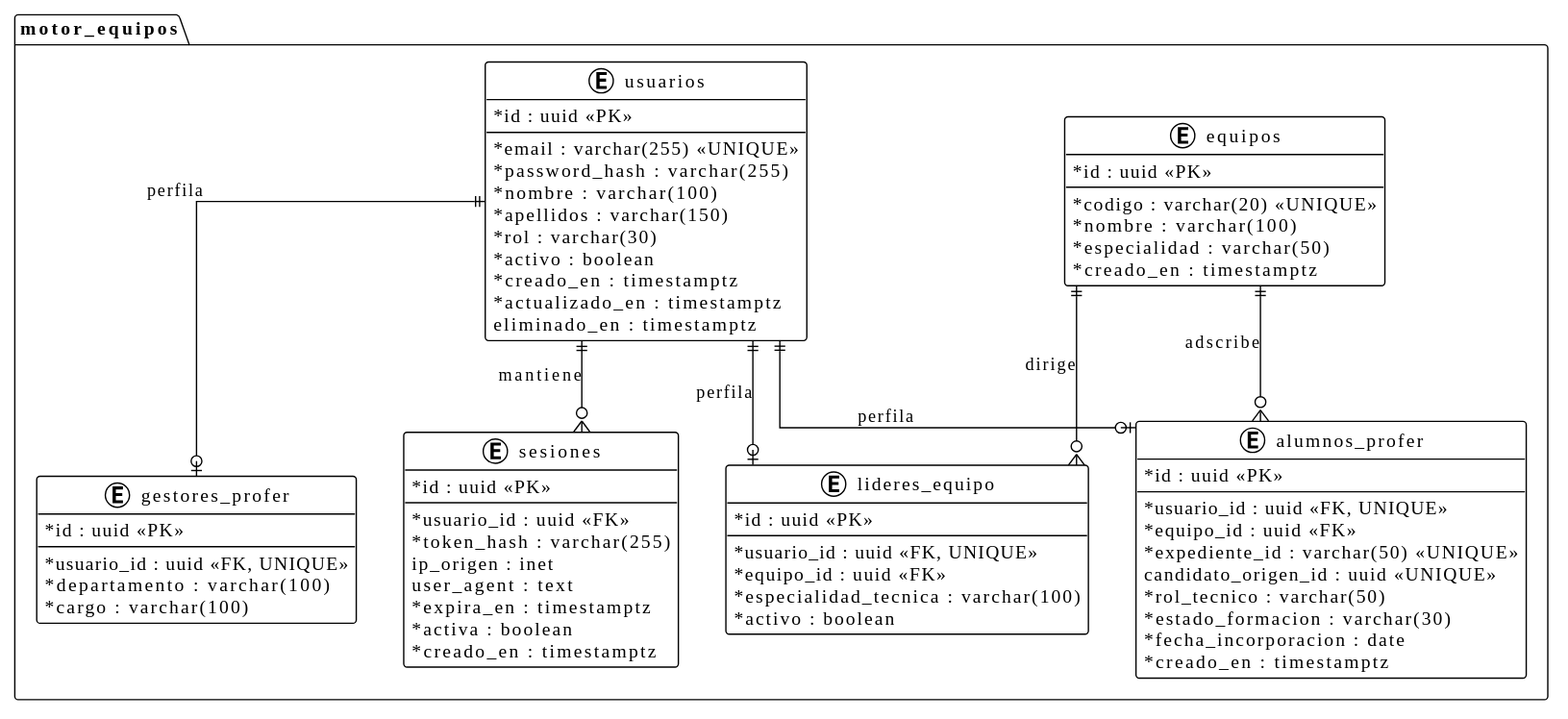
This is images/RUP/03-diseño/modelo-datos/derMotorEquipos.svg from Hyos332/CTS-Academy, a PlantUML export, as it was before one commit. The source it was exported from:
```plantuml
@startuml
!theme plain
skinparam linetype ortho
skinparam roundcorner 5
skinparam classAttributeIconSize 0

package "motor_equipos" {

    entity "usuarios" as usuarios {
        * id : uuid <<PK>>
        --
        * email : varchar(255) <<UNIQUE>>
        * password_hash : varchar(255)
        * nombre : varchar(100)
        * apellidos : varchar(150)
        * rol : varchar(30)
        * activo : boolean
        * creado_en : timestamptz
        * actualizado_en : timestamptz
        eliminado_en : timestamptz
    }

    entity "sesiones" as sesiones {
        * id : uuid <<PK>>
        --
        * usuario_id : uuid <<FK>>
        * token_hash : varchar(255)
        ip_origen : inet
        user_agent : text
        * expira_en : timestamptz
        * activa : boolean
        * creado_en : timestamptz
    }

    entity "equipos" as equipos {
        * id : uuid <<PK>>
        --
        * codigo : varchar(20) <<UNIQUE>>
        * nombre : varchar(100)
        * especialidad : varchar(50)
        * creado_en : timestamptz
    }

    entity "lideres_equipo" as lideres {
        * id : uuid <<PK>>
        --
        * usuario_id : uuid <<FK, UNIQUE>>
        * equipo_id : uuid <<FK>>
        * especialidad_tecnica : varchar(100)
        * activo : boolean
    }

    entity "gestores_profer" as gestores {
        * id : uuid <<PK>>
        --
        * usuario_id : uuid <<FK, UNIQUE>>
        * departamento : varchar(100)
        * cargo : varchar(100)
    }

    entity "alumnos_profer" as alumnos {
        * id : uuid <<PK>>
        --
        * usuario_id : uuid <<FK, UNIQUE>>
        * equipo_id : uuid <<FK>>
        * expediente_id : varchar(50) <<UNIQUE>>
        candidato_origen_id : uuid <<UNIQUE>>
        * rol_tecnico : varchar(50)
        * estado_formacion : varchar(30)
        * fecha_incorporacion : date
        * creado_en : timestamptz
    }
}

usuarios ||--o{ sesiones : "mantiene"
usuarios ||--o| lideres : "perfila"
usuarios ||--o| gestores : "perfila"
usuarios ||--o| alumnos : "perfila"

equipos ||--o{ lideres : "dirige"
equipos ||--o{ alumnos : "adscribe"
@enduml
```
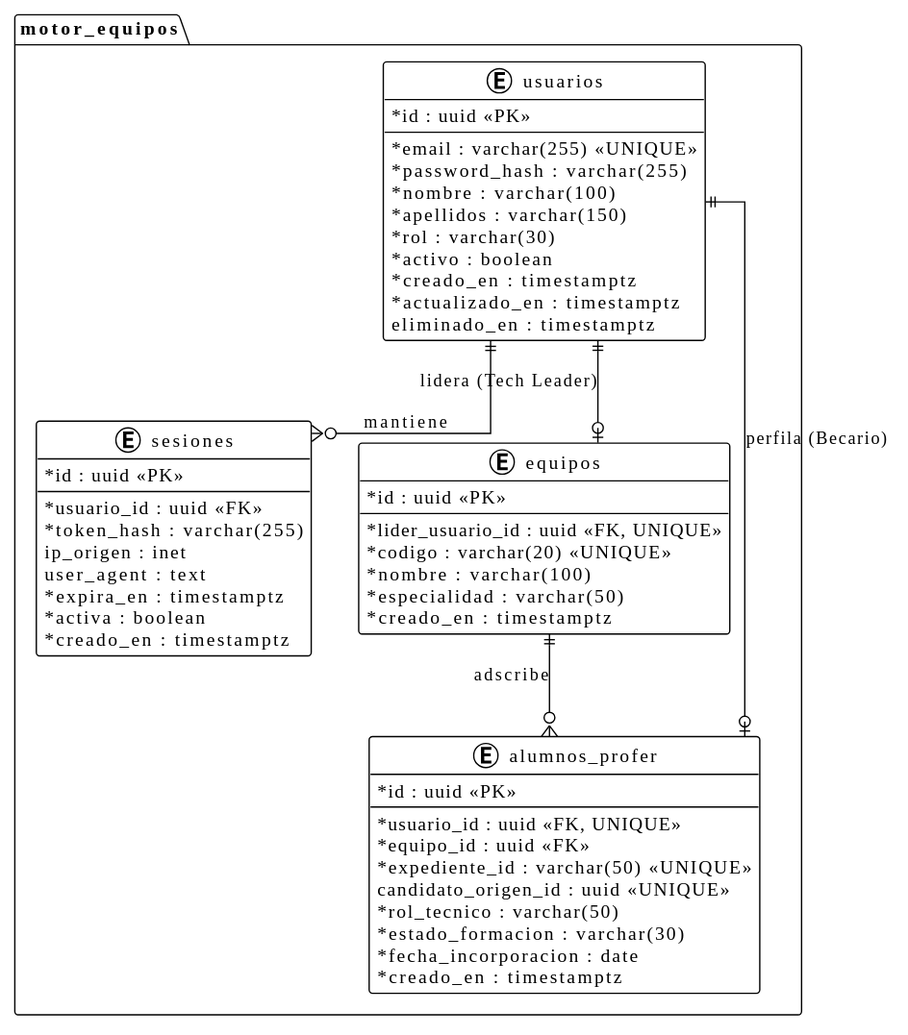
Later version of the same file.

Commit message:
refactor(diseño): suprimir tablas redundantes de gestores y lideres adoptando RBAC directo (23 tablas)

The edit, as a diff of the source:
```diff
@@ -35,27 +35,11 @@
     entity "equipos" as equipos {
         * id : uuid <<PK>>
         --
+        * lider_usuario_id : uuid <<FK, UNIQUE>>
         * codigo : varchar(20) <<UNIQUE>>
         * nombre : varchar(100)
         * especialidad : varchar(50)
         * creado_en : timestamptz
-    }
-
-    entity "lideres_equipo" as lideres {
-        * id : uuid <<PK>>
-        --
-        * usuario_id : uuid <<FK, UNIQUE>>
-        * equipo_id : uuid <<FK>>
-        * especialidad_tecnica : varchar(100)
-        * activo : boolean
-    }
-
-    entity "gestores_profer" as gestores {
-        * id : uuid <<PK>>
-        --
-        * usuario_id : uuid <<FK, UNIQUE>>
-        * departamento : varchar(100)
-        * cargo : varchar(100)
     }
 
     entity "alumnos_profer" as alumnos {
@@ -73,10 +57,7 @@
 }
 
 usuarios ||--o{ sesiones : "mantiene"
-usuarios ||--o| lideres : "perfila"
-usuarios ||--o| gestores : "perfila"
-usuarios ||--o| alumnos : "perfila"
-
-equipos ||--o{ lideres : "dirige"
+usuarios ||--o| equipos : "lidera (Tech Leader)"
+usuarios ||--o| alumnos : "perfila (Becario)"
 equipos ||--o{ alumnos : "adscribe"
 @enduml
```
